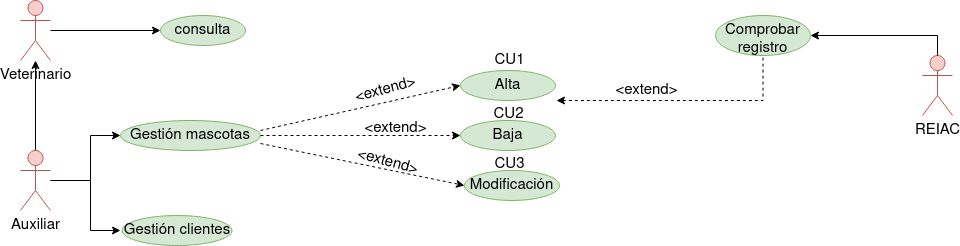
Above: Tareas/casosUso/Tarea1/img/ClinicaVeterinaria.drawio.png in colidom/ets (draw.io), before the change. Source tidied: cells renumbered, new cells last; positions are measured from the earlier drawing's top-left corner, leaving out a move shared by most shapes.
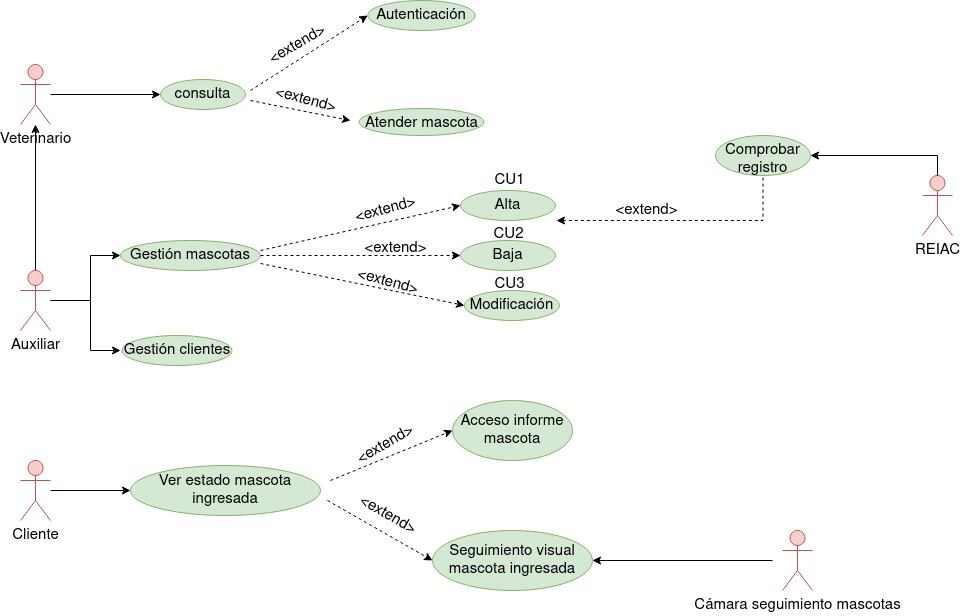
After the commit.

What changed in the source:
```diff
@@ -20,10 +20,10 @@
       <mxGeometry relative="1" as="geometry" />
     </mxCell>
     <mxCell id="6" value="Veterinario" style="shape=umlActor;verticalLabelPosition=bottom;verticalAlign=top;html=1;outlineConnect=0;strokeColor=#b85450;fillColor=#f8cecc;fontSize=15;" parent="1" vertex="1">
-      <mxGeometry width="30" height="60" as="geometry" />
+      <mxGeometry y="-56" width="30" height="60" as="geometry" />
     </mxCell>
     <mxCell id="7" value="consulta" style="ellipse;whiteSpace=wrap;html=1;verticalAlign=top;fillColor=#d5e8d4;strokeColor=#82b366;fontSize=15;" parent="1" vertex="1">
-      <mxGeometry x="140" y="15" width="85" height="30" as="geometry" />
+      <mxGeometry x="140" y="-41" width="85" height="30" as="geometry" />
     </mxCell>
     <mxCell id="8" value="Baja" style="ellipse;whiteSpace=wrap;html=1;verticalAlign=top;fillColor=#d5e8d4;strokeColor=#82b366;fontSize=15;" parent="1" vertex="1">
       <mxGeometry x="440" y="120" width="95" height="30" as="geometry" />
@@ -96,5 +96,69 @@
     <mxCell id="27" value="&lt;font style=&quot;font-size: 15px;&quot;&gt;&amp;lt;extend&amp;gt;&lt;/font&gt;" style="text;html=1;align=center;verticalAlign=middle;strokeColor=none;fillColor=none;fontSize=15;rotation=15;" parent="1" vertex="1">
       <mxGeometry x="322" y="147" width="90" height="30" as="geometry" />
     </mxCell>
+    <mxCell id="28" value="Atender mascota" style="ellipse;whiteSpace=wrap;html=1;fontSize=15;verticalAlign=top;fillColor=#d5e8d4;strokeColor=#82b366;" parent="1" vertex="1">
+      <mxGeometry x="338.5" y="-12" width="125" height="27" as="geometry" />
+    </mxCell>
+    <mxCell id="29" value="Autenticación" style="ellipse;whiteSpace=wrap;html=1;fontSize=15;verticalAlign=top;fillColor=#d5e8d4;strokeColor=#82b366;" parent="1" vertex="1">
+      <mxGeometry x="347.2" y="-120" width="107.5" height="30" as="geometry" />
+    </mxCell>
+    <mxCell id="30" style="endArrow=classic;html=1;rounded=0;dashed=1;fontSize=15;entryX=0;entryY=0.5;entryDx=0;entryDy=0;" parent="1" edge="1" target="29">
+      <mxGeometry relative="1" as="geometry">
+        <mxPoint x="230" y="-30" as="sourcePoint" />
+      </mxGeometry>
+    </mxCell>
+    <mxCell id="31" style="endArrow=classic;html=1;rounded=0;dashed=1;fontSize=15;" parent="1" edge="1">
+      <mxGeometry relative="1" as="geometry">
+        <mxPoint x="230" y="-20" as="sourcePoint" />
+        <mxPoint x="330" as="targetPoint" />
+      </mxGeometry>
+    </mxCell>
+    <mxCell id="32" value="&lt;font style=&quot;font-size: 15px;&quot;&gt;&amp;lt;extend&amp;gt;&lt;/font&gt;" style="text;html=1;align=center;verticalAlign=middle;strokeColor=none;fillColor=none;fontSize=15;rotation=-30;" parent="1" vertex="1">
+      <mxGeometry x="232" y="-90" width="90" height="30" as="geometry" />
+    </mxCell>
+    <mxCell id="33" value="&lt;font style=&quot;font-size: 15px;&quot;&gt;&amp;lt;extend&amp;gt;&lt;/font&gt;" style="text;html=1;align=center;verticalAlign=middle;strokeColor=none;fillColor=none;fontSize=15;rotation=15;" parent="1" vertex="1">
+      <mxGeometry x="240" y="-35" width="90" height="30" as="geometry" />
+    </mxCell>
+    <mxCell id="34" style="edgeStyle=orthogonalEdgeStyle;rounded=0;jettySize=auto;html=1;fontSize=15;" parent="1" edge="1" source="35">
+      <mxGeometry relative="1" as="geometry">
+        <mxPoint x="110" y="370" as="targetPoint" />
+      </mxGeometry>
+    </mxCell>
+    <mxCell id="35" value="&lt;div&gt;Cliente&lt;/div&gt;" style="shape=umlActor;verticalLabelPosition=bottom;verticalAlign=top;html=1;outlineConnect=0;fillColor=#f8cecc;strokeColor=#b85450;fontSize=15;" parent="1" vertex="1">
+      <mxGeometry y="340" width="30" height="60" as="geometry" />
+    </mxCell>
+    <mxCell id="36" value="Ver estado mascota ingresada" style="ellipse;whiteSpace=wrap;html=1;fontSize=15;fillColor=#d5e8d4;strokeColor=#82b366;" parent="1" vertex="1">
+      <mxGeometry x="110" y="345" width="190" height="50" as="geometry" />
+    </mxCell>
+    <mxCell id="37" value="Acceso informe mascota" style="ellipse;whiteSpace=wrap;html=1;fontSize=15;fillColor=#d5e8d4;strokeColor=#82b366;" parent="1" vertex="1">
+      <mxGeometry x="432" y="280" width="120" height="60" as="geometry" />
+    </mxCell>
+    <mxCell id="38" value="Seguimiento visual mascota ingresada" style="ellipse;whiteSpace=wrap;html=1;fontSize=15;fillColor=#d5e8d4;strokeColor=#82b366;" parent="1" vertex="1">
+      <mxGeometry x="412" y="410" width="160" height="60" as="geometry" />
+    </mxCell>
+    <mxCell id="39" style="endArrow=classic;html=1;rounded=0;fontSize=15;entryX=0;entryY=0.5;entryDx=0;entryDy=0;dashed=1;" parent="1" edge="1" target="37">
+      <mxGeometry relative="1" as="geometry">
+        <mxPoint x="310" y="360" as="sourcePoint" />
+      </mxGeometry>
+    </mxCell>
+    <mxCell id="40" style="endArrow=classic;html=1;rounded=0;fontSize=15;entryX=0;entryY=0.5;entryDx=0;entryDy=0;dashed=1;" parent="1" edge="1" target="38">
+      <mxGeometry relative="1" as="geometry">
+        <mxPoint x="307" y="380" as="sourcePoint" />
+      </mxGeometry>
+    </mxCell>
+    <mxCell id="41" value="&lt;font style=&quot;font-size: 15px;&quot;&gt;&amp;lt;extend&amp;gt;&lt;/font&gt;" style="text;html=1;align=center;verticalAlign=middle;strokeColor=none;fillColor=none;fontSize=15;rotation=-30;" parent="1" vertex="1">
+      <mxGeometry x="320" y="310" width="90" height="30" as="geometry" />
+    </mxCell>
+    <mxCell id="42" value="&lt;font style=&quot;font-size: 15px;&quot;&gt;&amp;lt;extend&amp;gt;&lt;/font&gt;" style="text;html=1;align=center;verticalAlign=middle;strokeColor=none;fillColor=none;fontSize=15;rotation=30;" parent="1" vertex="1">
+      <mxGeometry x="322" y="380" width="90" height="30" as="geometry" />
+    </mxCell>
+    <mxCell id="43" value="Cámara seguimiento mascotas" style="shape=umlActor;verticalLabelPosition=bottom;verticalAlign=top;html=1;fillColor=#f8cecc;strokeColor=#b85450;fontSize=15;" parent="1" vertex="1">
+      <mxGeometry x="762" y="410" width="30" height="60" as="geometry" />
+    </mxCell>
+    <mxCell id="44" style="endArrow=classic;html=1;rounded=0;fontSize=15;entryX=1;entryY=0.5;entryDx=0;entryDy=0;" parent="1" edge="1" target="38">
+      <mxGeometry relative="1" as="geometry">
+        <mxPoint x="752" y="440" as="sourcePoint" />
+      </mxGeometry>
+    </mxCell>
   </root>
 </mxGraphModel>
```
